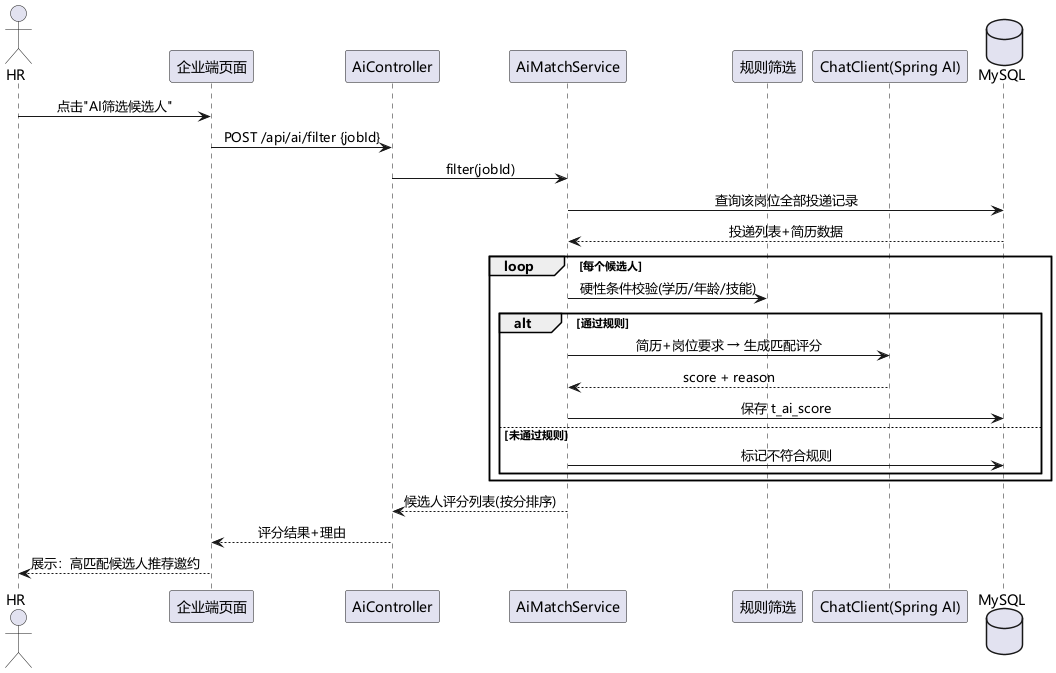
sheep7-bot/recruit-internship-system keeps this PlantUML diagram as uml/png/系统/AI筛选时序图.png. Above is the earlier version.
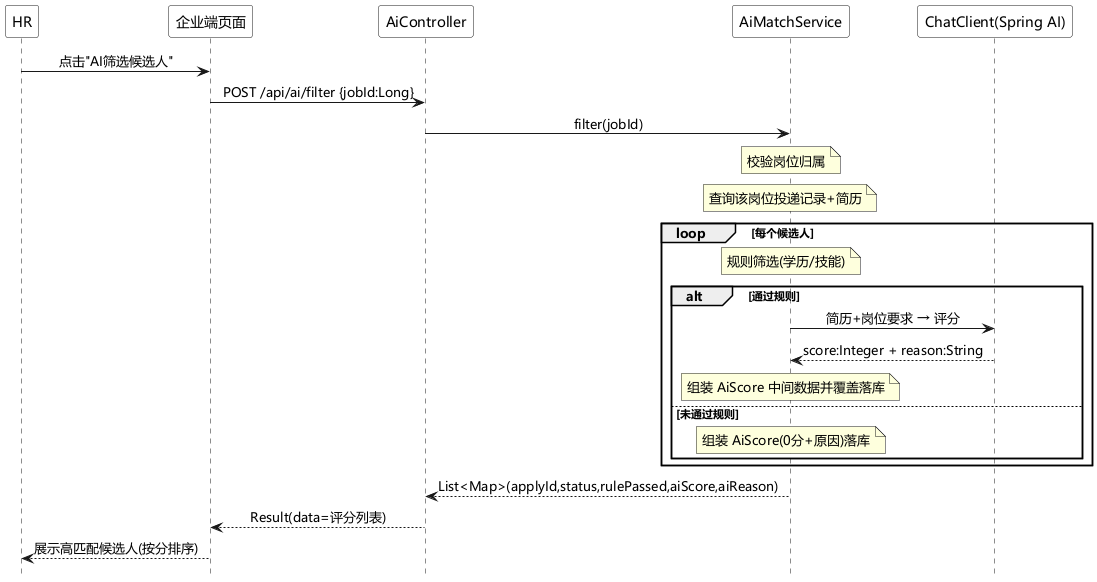
Above is the later version.

Diff of the diagram source:
```diff
@@ -1,31 +1,49 @@
 @startuml AI筛选时序图
 skinparam defaultFontName "Microsoft YaHei"
+hide footbox
+<style>
+participant {
+  FontColor white
+  BorderColor white
+  BackgroundColor white
+}
+sequenceDiagram {
+  FontColor black
+}
+</style>
 skinparam sequenceMessageAlign center
-
-actor "HR" as hr
+participant "HR" as hr
 participant "企业端页面" as web
 participant "AiController" as ai
 participant "AiMatchService" as svc
-participant "规则筛选" as rule
 participant "ChatClient(Spring AI)" as llm
-database "MySQL" as db
-
 hr -> web : 点击"AI筛选候选人"
-web -> ai : POST /api/ai/filter {jobId}
+web -> ai : POST /api/ai/filter {jobId:Long}
 ai -> svc : filter(jobId)
-svc -> db : 查询该岗位全部投递记录
-db --> svc : 投递列表+简历数据
+note over svc
+  校验岗位归属
+end note
+note over svc
+  查询该岗位投递记录+简历
+end note
 loop 每个候选人
-  svc -> rule : 硬性条件校验(学历/年龄/技能)
+  note over svc
+    规则筛选(学历/技能)
+  end note
   alt 通过规则
-    svc -> llm : 简历+岗位要求 → 生成匹配评分
-    llm --> svc : score + reason
-    svc -> db : 保存 t_ai_score
+    svc -> llm : 简历+岗位要求 → 评分
+    llm --> svc : score:Integer + reason:String
+    note over svc
+      组装 AiScore 中间数据并覆盖落库
+    end note
   else 未通过规则
-    svc -> db : 标记不符合规则
+    note over svc
+      组装 AiScore(0分+原因)落库
+    end note
   end
 end
-svc --> ai : 候选人评分列表(按分排序)
-ai --> web : 评分结果+理由
-web --> hr : 展示：高匹配候选人推荐邀约
+svc --> ai : List<Map>(applyId,status,rulePassed,aiScore,aiReason)
+ai --> web : Result(data=评分列表)
+web --> hr : 展示高匹配候选人(按分排序)
+
 @enduml
```
